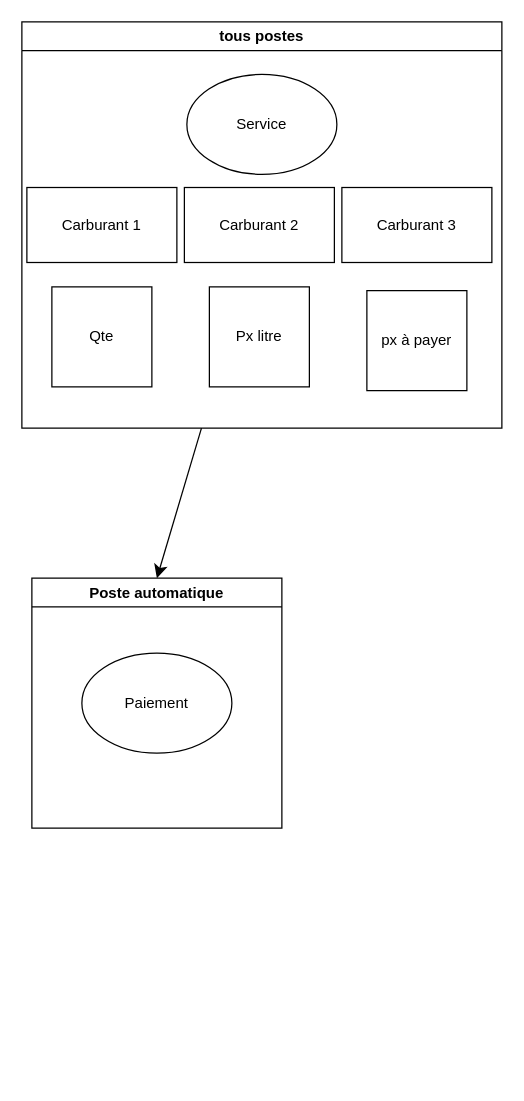
Before: Totality/Diagramme sans nom.drawio in NLetenneur/UML-Introduction, a draw.io diagram. Source tidied: cells renumbered, new cells numbered last; positions are measured from the earlier drawing's top-left corner, leaving out a move shared by most shapes. Both pictures are drawn from the tidied source at 125%, with x=0, y=0 at pixel (21, 21).
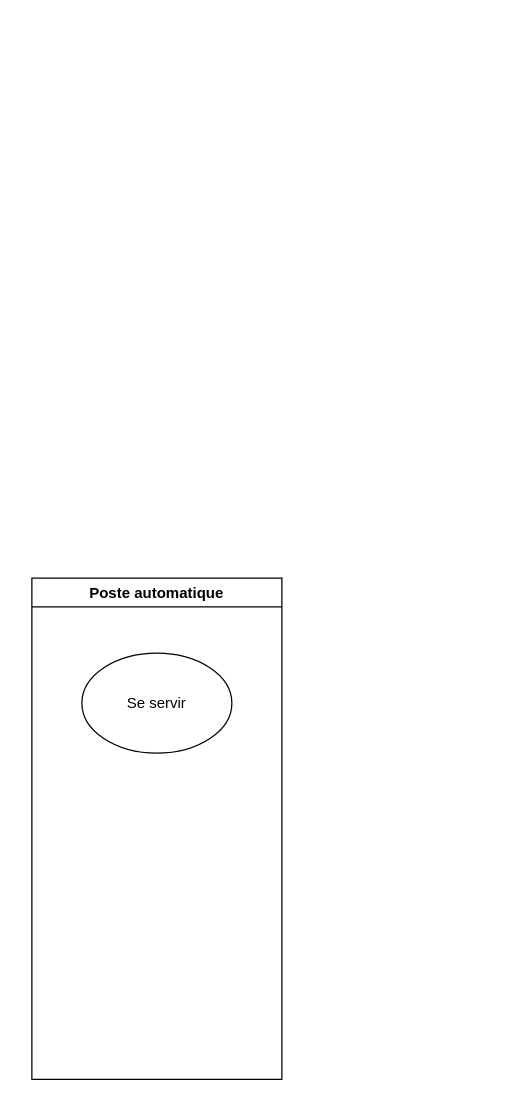
The same page after the edit.

Commit message (it also covers changes not shown here):
Mettre à jour Diagramme sans nom.drawio

Change to the diagram source:
```diff
@@
 <mxGraphModel>
   <root>
     <mxCell id="0" />
     <mxCell id="1" parent="0" />
-    <mxCell id="2" style="edgeStyle=none;curved=1;rounded=0;jettySize=auto;html=1;entryX=0.5;entryY=0;entryDx=0;entryDy=0;fontSize=12;startSize=8;endSize=8;" parent="1" edge="1" source="3" target="11">
-      <mxGeometry relative="1" as="geometry" />
-    </mxCell>
-    <mxCell id="3" value="tous postes" style="swimlane;whiteSpace=wrap;html=1;" parent="1" vertex="1">
-      <mxGeometry width="384" height="325" as="geometry" />
-    </mxCell>
-    <mxCell id="4" value="Service" style="ellipse;whiteSpace=wrap;html=1;" parent="3" vertex="1">
-      <mxGeometry x="132" y="42" width="120" height="80" as="geometry" />
-    </mxCell>
-    <mxCell id="5" value="Carburant 1" style="rounded=0;whiteSpace=wrap;html=1;" parent="3" vertex="1">
-      <mxGeometry x="4" y="132.5" width="120" height="60" as="geometry" />
-    </mxCell>
-    <mxCell id="6" value="Carburant 2" style="rounded=0;whiteSpace=wrap;html=1;" parent="3" vertex="1">
-      <mxGeometry x="130" y="132.5" width="120" height="60" as="geometry" />
-    </mxCell>
-    <mxCell id="7" value="Carburant 3" style="rounded=0;whiteSpace=wrap;html=1;" parent="3" vertex="1">
-      <mxGeometry x="256" y="132.5" width="120" height="60" as="geometry" />
-    </mxCell>
-    <mxCell id="8" value="Qte" style="whiteSpace=wrap;html=1;" parent="3" vertex="1">
-      <mxGeometry x="24" y="212" width="80" height="80" as="geometry" />
-    </mxCell>
-    <mxCell id="9" value="Px litre" style="whiteSpace=wrap;html=1;" parent="3" vertex="1">
-      <mxGeometry x="150" y="212" width="80" height="80" as="geometry" />
-    </mxCell>
-    <mxCell id="10" value="px à payer" style="whiteSpace=wrap;html=1;" parent="3" vertex="1">
-      <mxGeometry x="276" y="215" width="80" height="80" as="geometry" />
-    </mxCell>
     <mxCell id="11" value="Poste automatique" style="swimlane;whiteSpace=wrap;html=1;" parent="1" vertex="1">
-      <mxGeometry x="8" y="445" width="200" height="200" as="geometry" />
+      <mxGeometry x="8" y="445" width="200" height="401" as="geometry" />
     </mxCell>
-    <mxCell id="12" value="Paiement" style="ellipse;whiteSpace=wrap;html=1;" parent="11" vertex="1">
+    <mxCell id="12" value="Se servir" style="ellipse;whiteSpace=wrap;html=1;" parent="11" vertex="1">
       <mxGeometry x="40" y="60" width="120" height="80" as="geometry" />
     </mxCell>
   </root>
 </mxGraphModel>
```
